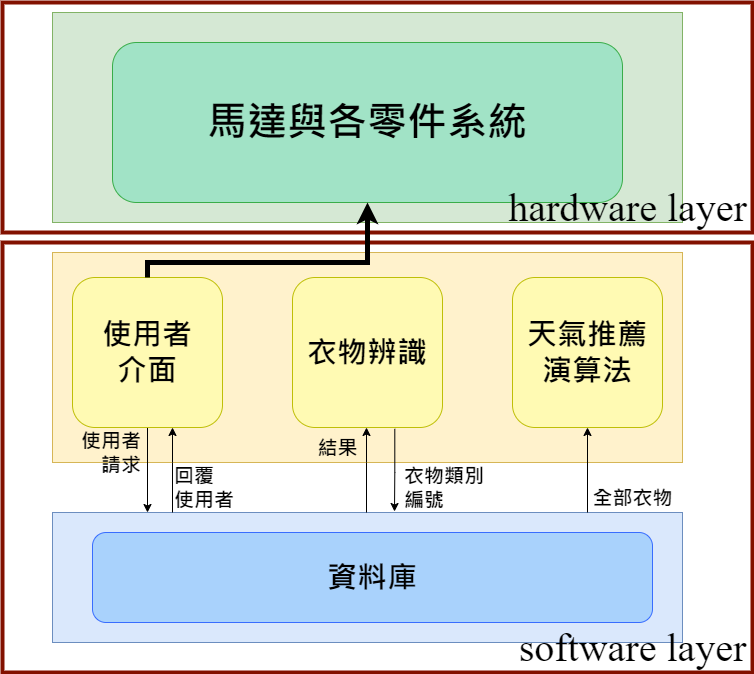
Chrouos/Intelligence-Closet keeps this draw.io diagram as FileFolder/圖檔/AIcloset_v2-軟體層依賴.drawio.png. Above is the earlier version. Source tidied: cells renumbered, new cells last; positions are measured from the earlier drawing's top-left corner, leaving out a move shared by most shapes.
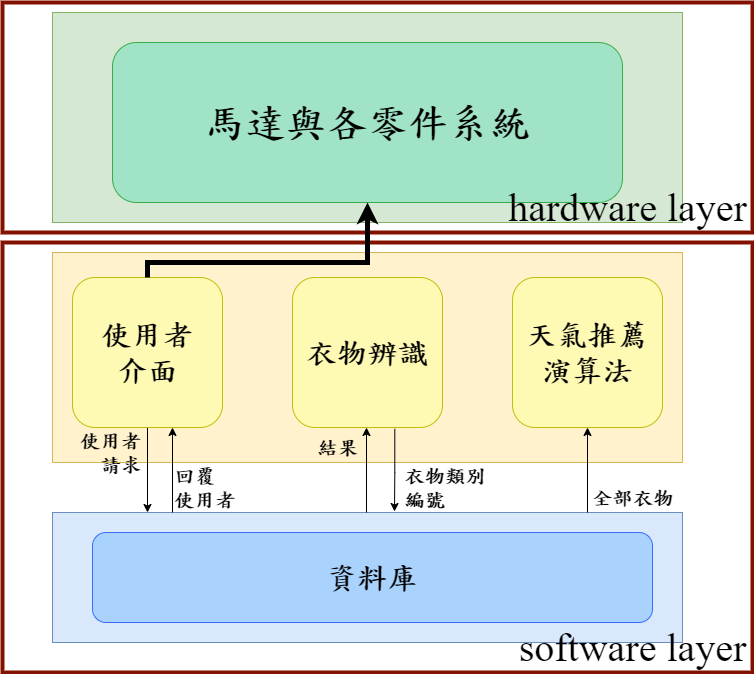
The same diagram one commit later.

Diff of the diagram source:
```diff
@@ -2,44 +2,44 @@
   <root>
     <mxCell id="0" />
     <mxCell id="1" parent="0" />
-    <mxCell id="2" style="rounded=0;whiteSpace=wrap;html=1;fontFamily=Noto Sans Traditional Chinese;fontSource=https%3A%2F%2Ffonts.googleapis.com%2Fcss%3Ffamily%3DNoto%2BSans%2BTraditional%2BChinese;fontSize=40;strokeColor=#821100;fillColor=none;align=right;strokeWidth=4;" parent="1" vertex="1">
+    <mxCell id="2" style="rounded=0;whiteSpace=wrap;html=1;fontFamily=DFBiaoKaiShu-B5;fontSize=40;strokeColor=#821100;fillColor=none;align=right;strokeWidth=4;" parent="1" vertex="1">
       <mxGeometry y="240" width="750" height="430" as="geometry" />
     </mxCell>
-    <mxCell id="3" style="rounded=0;whiteSpace=wrap;html=1;fontFamily=Noto Sans Traditional Chinese;fontSource=https%3A%2F%2Ffonts.googleapis.com%2Fcss%3Ffamily%3DNoto%2BSans%2BTraditional%2BChinese;fontSize=80;align=center;fillColor=#dae8fc;strokeColor=#6c8ebf;fontStyle=1;" parent="1" vertex="1">
+    <mxCell id="3" style="rounded=0;whiteSpace=wrap;html=1;fontFamily=DFBiaoKaiShu-B5;fontSize=80;align=center;fillColor=#dae8fc;strokeColor=#6c8ebf;fontStyle=1;" parent="1" vertex="1">
       <mxGeometry x="50" y="510" width="630" height="130" as="geometry" />
     </mxCell>
-    <mxCell id="4" style="rounded=0;whiteSpace=wrap;html=1;fontFamily=Noto Sans Traditional Chinese;fontSource=https%3A%2F%2Ffonts.googleapis.com%2Fcss%3Ffamily%3DNoto%2BSans%2BTraditional%2BChinese;fontSize=80;align=center;fillColor=#fff2cc;strokeColor=#d6b656;fontStyle=1;" parent="1" vertex="1">
+    <mxCell id="4" style="rounded=0;whiteSpace=wrap;html=1;fontFamily=DFBiaoKaiShu-B5;fontSize=80;align=center;fillColor=#fff2cc;strokeColor=#d6b656;fontStyle=1;" parent="1" vertex="1">
       <mxGeometry x="50" y="250" width="630" height="210" as="geometry" />
     </mxCell>
-    <mxCell id="5" style="edgeStyle=orthogonalEdgeStyle;rounded=0;jettySize=auto;html=1;fontFamily=Noto Sans Traditional Chinese;fontSource=https%3A%2F%2Ffonts.googleapis.com%2Fcss%3Ffamily%3DNoto%2BSans%2BTraditional%2BChinese;fontSize=30;fontStyle=1;" parent="1" edge="1" source="6">
+    <mxCell id="5" style="edgeStyle=orthogonalEdgeStyle;rounded=0;jettySize=auto;html=1;fontFamily=DFBiaoKaiShu-B5;fontSize=30;fontStyle=1;" parent="1" edge="1" source="6">
       <mxGeometry relative="1" as="geometry">
         <mxPoint x="145" y="510" as="targetPoint" />
       </mxGeometry>
     </mxCell>
-    <mxCell id="6" value="&lt;span style=&quot;font-size: 30px&quot;&gt;使用者&lt;br&gt;介面&lt;/span&gt;" style="rounded=1;whiteSpace=wrap;html=1;fontFamily=Noto Sans Traditional Chinese;fontSource=https%3A%2F%2Ffonts.googleapis.com%2Fcss%3Ffamily%3DNoto%2BSans%2BTraditional%2BChinese;fontSize=30;align=center;fillColor=#FFFAB3;strokeColor=#BFBF08;fontStyle=1;" parent="1" vertex="1">
+    <mxCell id="6" value="&lt;span style=&quot;font-size: 30px&quot;&gt;使用者&lt;br&gt;介面&lt;/span&gt;" style="rounded=1;whiteSpace=wrap;html=1;fontFamily=DFBiaoKaiShu-B5;fontSize=30;align=center;fillColor=#FFFAB3;strokeColor=#BFBF08;fontStyle=1;" parent="1" vertex="1">
       <mxGeometry x="70" y="275" width="150" height="150" as="geometry" />
     </mxCell>
-    <mxCell id="7" value="天氣推薦&lt;br&gt;演算法" style="rounded=1;whiteSpace=wrap;html=1;fontFamily=Noto Sans Traditional Chinese;fontSource=https%3A%2F%2Ffonts.googleapis.com%2Fcss%3Ffamily%3DNoto%2BSans%2BTraditional%2BChinese;fontSize=30;align=center;strokeColor=#BFBF08;fillColor=#FFFAB3;fontStyle=1;" parent="1" vertex="1">
+    <mxCell id="7" value="天氣推薦&lt;br&gt;演算法" style="rounded=1;whiteSpace=wrap;html=1;fontFamily=DFBiaoKaiShu-B5;fontSize=30;align=center;strokeColor=#BFBF08;fillColor=#FFFAB3;fontStyle=1;" parent="1" vertex="1">
       <mxGeometry x="510" y="275" width="150" height="150" as="geometry" />
     </mxCell>
-    <mxCell id="8" value="衣物辨識" style="rounded=1;whiteSpace=wrap;html=1;fontFamily=Noto Sans Traditional Chinese;fontSource=https%3A%2F%2Ffonts.googleapis.com%2Fcss%3Ffamily%3DNoto%2BSans%2BTraditional%2BChinese;fontSize=30;align=center;strokeColor=#BFBF08;fillColor=#FFFAB3;fontStyle=1;" parent="1" vertex="1">
+    <mxCell id="8" value="衣物辨識" style="rounded=1;whiteSpace=wrap;html=1;fontFamily=DFBiaoKaiShu-B5;fontSize=30;align=center;strokeColor=#BFBF08;fillColor=#FFFAB3;fontStyle=1;" parent="1" vertex="1">
       <mxGeometry x="290" y="275" width="150" height="150" as="geometry" />
     </mxCell>
-    <mxCell id="9" style="edgeStyle=orthogonalEdgeStyle;rounded=0;jettySize=auto;html=1;fontFamily=Noto Sans Traditional Chinese;fontSource=https%3A%2F%2Ffonts.googleapis.com%2Fcss%3Ffamily%3DNoto%2BSans%2BTraditional%2BChinese;fontSize=30;entryX=0.5;entryY=1;entryDx=0;entryDy=0;fontStyle=1;" parent="1" edge="1" target="7">
+    <mxCell id="9" style="edgeStyle=orthogonalEdgeStyle;rounded=0;jettySize=auto;html=1;fontFamily=DFBiaoKaiShu-B5;fontSize=30;entryX=0.5;entryY=1;entryDx=0;entryDy=0;fontStyle=1;" parent="1" edge="1" target="7">
       <mxGeometry relative="1" as="geometry">
         <mxPoint x="585" y="510" as="sourcePoint" />
       </mxGeometry>
     </mxCell>
-    <mxCell id="10" value="全部衣物" style="text;html=1;align=center;verticalAlign=middle;strokeColor=none;fillColor=none;fontSize=20;fontFamily=Noto Sans Traditional Chinese;fontStyle=1;" parent="1" vertex="1">
+    <mxCell id="10" value="全部衣物" style="text;html=1;align=center;verticalAlign=middle;strokeColor=none;fillColor=none;fontSize=20;fontFamily=DFBiaoKaiShu-B5;fontStyle=1;" parent="1" vertex="1">
       <mxGeometry x="580" y="480" width="100" height="30" as="geometry" />
     </mxCell>
-    <mxCell id="11" value="衣物類別&lt;br&gt;編號" style="text;html=1;align=left;verticalAlign=middle;strokeColor=none;fillColor=none;fontSize=20;fontFamily=Noto Sans Traditional Chinese;fontStyle=1;" parent="1" vertex="1">
+    <mxCell id="11" value="衣物類別&lt;br&gt;編號" style="text;html=1;align=left;verticalAlign=middle;strokeColor=none;fillColor=none;fontSize=20;fontFamily=DFBiaoKaiShu-B5;fontStyle=1;" parent="1" vertex="1">
       <mxGeometry x="400" y="460" width="100" height="50" as="geometry" />
     </mxCell>
-    <mxCell id="12" value="結果" style="text;html=1;align=center;verticalAlign=middle;strokeColor=none;fillColor=none;fontSize=20;fontFamily=Noto Sans Traditional Chinese;fontStyle=1;" parent="1" vertex="1">
+    <mxCell id="12" value="結果" style="text;html=1;align=center;verticalAlign=middle;strokeColor=none;fillColor=none;fontSize=20;fontFamily=DFBiaoKaiShu-B5;fontStyle=1;" parent="1" vertex="1">
       <mxGeometry x="305" y="430" width="60" height="30" as="geometry" />
     </mxCell>
-    <mxCell id="13" style="edgeStyle=orthogonalEdgeStyle;rounded=0;orthogonalLoop=1;jettySize=auto;html=1;fontFamily=Noto Sans Traditional Chinese;fontSource=https%3A%2F%2Ffonts.googleapis.com%2Fcss%3Ffamily%3DNoto%2BSans%2BTraditional%2BChinese;fontSize=30;entryX=0.5;entryY=1;entryDx=0;entryDy=0;fontStyle=1;" parent="1" edge="1">
+    <mxCell id="13" style="edgeStyle=orthogonalEdgeStyle;rounded=0;orthogonalLoop=1;jettySize=auto;html=1;fontFamily=DFBiaoKaiShu-B5;fontSize=30;entryX=0.5;entryY=1;entryDx=0;entryDy=0;fontStyle=1;" parent="1" edge="1">
       <mxGeometry relative="1" as="geometry">
         <mxPoint x="170" y="510" as="sourcePoint" />
         <mxPoint x="170" y="425" as="targetPoint" />
@@ -49,7 +49,7 @@
         </Array>
       </mxGeometry>
     </mxCell>
-    <mxCell id="14" style="edgeStyle=orthogonalEdgeStyle;rounded=0;orthogonalLoop=1;jettySize=auto;html=1;fontFamily=Noto Sans Traditional Chinese;fontSource=https%3A%2F%2Ffonts.googleapis.com%2Fcss%3Ffamily%3DNoto%2BSans%2BTraditional%2BChinese;fontSize=30;entryX=0.5;entryY=1;entryDx=0;entryDy=0;fontStyle=1;" parent="1" edge="1">
+    <mxCell id="14" style="edgeStyle=orthogonalEdgeStyle;rounded=0;orthogonalLoop=1;jettySize=auto;html=1;fontFamily=DFBiaoKaiShu-B5;fontSize=30;entryX=0.5;entryY=1;entryDx=0;entryDy=0;fontStyle=1;" parent="1" edge="1">
       <mxGeometry relative="1" as="geometry">
         <mxPoint x="364" y="510" as="sourcePoint" />
         <mxPoint x="364" y="425" as="targetPoint" />
@@ -59,7 +59,7 @@
         </Array>
       </mxGeometry>
     </mxCell>
-    <mxCell id="15" style="edgeStyle=orthogonalEdgeStyle;rounded=0;jettySize=auto;html=1;fontFamily=Noto Sans Traditional Chinese;fontSource=https%3A%2F%2Ffonts.googleapis.com%2Fcss%3Ffamily%3DNoto%2BSans%2BTraditional%2BChinese;fontSize=30;exitX=0.682;exitY=1.009;exitDx=0;exitDy=0;exitPerimeter=0;fontStyle=1;" parent="1" edge="1" source="8">
+    <mxCell id="15" style="edgeStyle=orthogonalEdgeStyle;rounded=0;jettySize=auto;html=1;fontFamily=DFBiaoKaiShu-B5;fontSize=30;exitX=0.682;exitY=1.009;exitDx=0;exitDy=0;exitPerimeter=0;fontStyle=1;" parent="1" edge="1" source="8">
       <mxGeometry relative="1" as="geometry">
         <mxPoint x="392" y="509" as="targetPoint" />
         <Array as="points">
@@ -68,31 +68,31 @@
         </Array>
       </mxGeometry>
     </mxCell>
-    <mxCell id="16" value="回覆&lt;br&gt;使用者" style="text;html=1;align=left;verticalAlign=middle;strokeColor=none;fillColor=none;fontSize=20;fontFamily=Noto Sans Traditional Chinese;fontStyle=1;" parent="1" vertex="1">
+    <mxCell id="16" value="回覆&lt;br&gt;使用者" style="text;html=1;align=left;verticalAlign=middle;strokeColor=none;fillColor=none;fontSize=20;fontFamily=DFBiaoKaiShu-B5;fontStyle=1;" parent="1" vertex="1">
       <mxGeometry x="170" y="460" width="80" height="50" as="geometry" />
     </mxCell>
-    <mxCell id="17" value="使用者&lt;br&gt;請求" style="text;html=1;align=right;verticalAlign=middle;strokeColor=none;fillColor=none;fontSize=20;fontFamily=Noto Sans Traditional Chinese;fontStyle=1;" parent="1" vertex="1">
+    <mxCell id="17" value="使用者&lt;br&gt;請求" style="text;html=1;align=right;verticalAlign=middle;strokeColor=none;fillColor=none;fontSize=20;fontFamily=DFBiaoKaiShu-B5;fontStyle=1;" parent="1" vertex="1">
       <mxGeometry x="60" y="425" width="80" height="50" as="geometry" />
     </mxCell>
-    <mxCell id="18" style="rounded=0;whiteSpace=wrap;html=1;fontFamily=Noto Sans Traditional Chinese;fontSource=https%3A%2F%2Ffonts.googleapis.com%2Fcss%3Ffamily%3DNoto%2BSans%2BTraditional%2BChinese;fontSize=80;align=center;fillColor=#d5e8d4;strokeColor=#82b366;fontStyle=1;" parent="1" vertex="1">
+    <mxCell id="18" style="rounded=0;whiteSpace=wrap;html=1;fontFamily=DFBiaoKaiShu-B5;fontSize=80;align=center;fillColor=#d5e8d4;strokeColor=#82b366;fontStyle=1;" parent="1" vertex="1">
       <mxGeometry x="50" y="10" width="630" height="210" as="geometry" />
     </mxCell>
-    <mxCell id="19" value="馬達與各零件系統" style="rounded=1;whiteSpace=wrap;html=1;fontFamily=Noto Sans Traditional Chinese;fontSource=https%3A%2F%2Ffonts.googleapis.com%2Fcss%3Ffamily%3DNoto%2BSans%2BTraditional%2BChinese;fontSize=40;align=center;fillColor=#A1E3C6;strokeColor=#39AD49;fontStyle=1;" parent="1" vertex="1">
+    <mxCell id="19" value="馬達與各零件系統" style="rounded=1;whiteSpace=wrap;html=1;fontFamily=DFBiaoKaiShu-B5;fontSize=40;align=center;fillColor=#A1E3C6;strokeColor=#39AD49;fontStyle=1;" parent="1" vertex="1">
       <mxGeometry x="110" y="40" width="510" height="160" as="geometry" />
     </mxCell>
-    <mxCell id="20" value="資料庫" style="rounded=1;whiteSpace=wrap;html=1;fontFamily=Noto Sans Traditional Chinese;fontSource=https%3A%2F%2Ffonts.googleapis.com%2Fcss%3Ffamily%3DNoto%2BSans%2BTraditional%2BChinese;fontSize=30;align=center;strokeColor=#386DFF;fillColor=#A9D2FC;fontStyle=1;" parent="1" vertex="1">
+    <mxCell id="20" value="資料庫" style="rounded=1;whiteSpace=wrap;html=1;fontFamily=DFBiaoKaiShu-B5;fontSize=30;align=center;strokeColor=#386DFF;fillColor=#A9D2FC;fontStyle=1;" parent="1" vertex="1">
       <mxGeometry x="90" y="530" width="560" height="90" as="geometry" />
     </mxCell>
-    <mxCell id="21" value="software layer" style="text;html=1;align=center;verticalAlign=middle;strokeColor=none;fillColor=none;fontSize=40;fontFamily=Noto Sans Traditional Chinese;" parent="1" vertex="1">
+    <mxCell id="21" value="software layer" style="text;html=1;align=center;verticalAlign=middle;strokeColor=none;fillColor=none;fontSize=40;fontFamily=Times New Roman;" parent="1" vertex="1">
       <mxGeometry x="510" y="620" width="240" height="50" as="geometry" />
     </mxCell>
-    <mxCell id="22" style="rounded=0;whiteSpace=wrap;html=1;fontFamily=Noto Sans Traditional Chinese;fontSource=https%3A%2F%2Ffonts.googleapis.com%2Fcss%3Ffamily%3DNoto%2BSans%2BTraditional%2BChinese;fontSize=40;strokeColor=#821100;fillColor=none;align=right;strokeWidth=4;" parent="1" vertex="1">
+    <mxCell id="22" style="rounded=0;whiteSpace=wrap;html=1;fontFamily=DFBiaoKaiShu-B5;fontSize=40;strokeColor=#821100;fillColor=none;align=right;strokeWidth=4;" parent="1" vertex="1">
       <mxGeometry width="750" height="230" as="geometry" />
     </mxCell>
-    <mxCell id="23" value="hardware layer" style="text;html=1;align=center;verticalAlign=middle;strokeColor=none;fillColor=none;fontSize=40;fontFamily=Noto Sans Traditional Chinese;" parent="1" vertex="1">
+    <mxCell id="23" value="hardware layer" style="text;html=1;align=center;verticalAlign=middle;strokeColor=none;fillColor=none;fontSize=40;fontFamily=Times New Roman;" parent="1" vertex="1">
       <mxGeometry x="500" y="180" width="250" height="50" as="geometry" />
     </mxCell>
-    <mxCell id="24" style="edgeStyle=orthogonalEdgeStyle;rounded=0;jettySize=auto;html=1;fontFamily=Noto Sans Traditional Chinese;fontSource=https%3A%2F%2Ffonts.googleapis.com%2Fcss%3Ffamily%3DNoto%2BSans%2BTraditional%2BChinese;fontSize=40;strokeWidth=5;" parent="1" edge="1" source="6" target="19">
+    <mxCell id="24" style="edgeStyle=orthogonalEdgeStyle;rounded=0;jettySize=auto;html=1;fontFamily=DFBiaoKaiShu-B5;fontSize=40;strokeWidth=5;" parent="1" edge="1" source="6" target="19">
       <mxGeometry relative="1" as="geometry">
         <Array as="points">
           <mxPoint x="145" y="260" />
```
